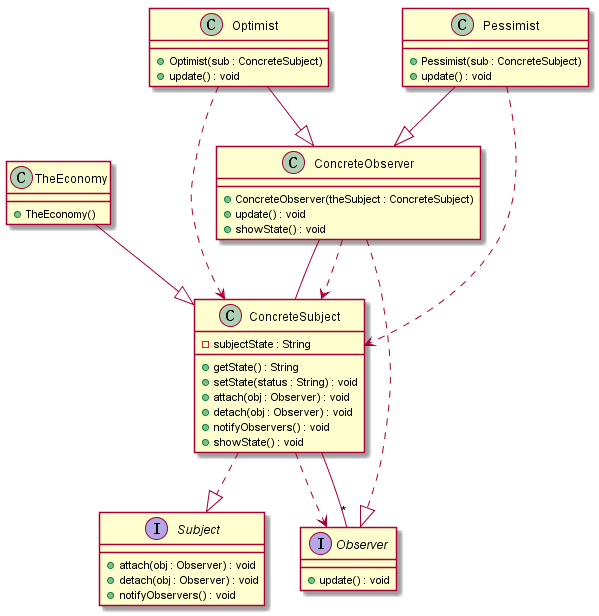
Above: uml4.png in SamJaylnn/UML-Parser (PlantUML), before the change. Its diagram source:
```plantuml
@startuml
class ConcreteObserver
ConcreteObserver : +ConcreteObserver(theSubject : ConcreteSubject)
ConcreteObserver : +update() : void
ConcreteObserver : +showState() : void
class ConcreteSubject
ConcreteSubject : -subjectState : String
ConcreteSubject : +getState() : String
ConcreteSubject : +setState(status : String) : void
ConcreteSubject : +attach(obj : Observer) : void
ConcreteSubject : +detach(obj : Observer) : void
ConcreteSubject : +notifyObservers() : void
ConcreteSubject : +showState() : void
interface Observer
Observer : +update() : void
class Optimist
Optimist : +Optimist(sub : ConcreteSubject)
Optimist : +update() : void
class Pessimist
Pessimist : +Pessimist(sub : ConcreteSubject)
Pessimist : +update() : void
interface Subject
Subject : +attach(obj : Observer) : void
Subject : +detach(obj : Observer) : void
Subject : +notifyObservers() : void
class TheEconomy
TheEconomy : +TheEconomy()
ConcreteObserver ..|> Observer
ConcreteSubject ..|> Subject
ConcreteSubject ..> Observer
Optimist --|> ConcreteObserver
Pessimist --|> ConcreteObserver
TheEconomy --|> ConcreteSubject
ConcreteSubject --"*" Observer
ConcreteObserver -- ConcreteSubject
ConcreteObserver ..> ConcreteSubject
Optimist ..> ConcreteSubject
Pessimist ..> ConcreteSubject

@enduml
```
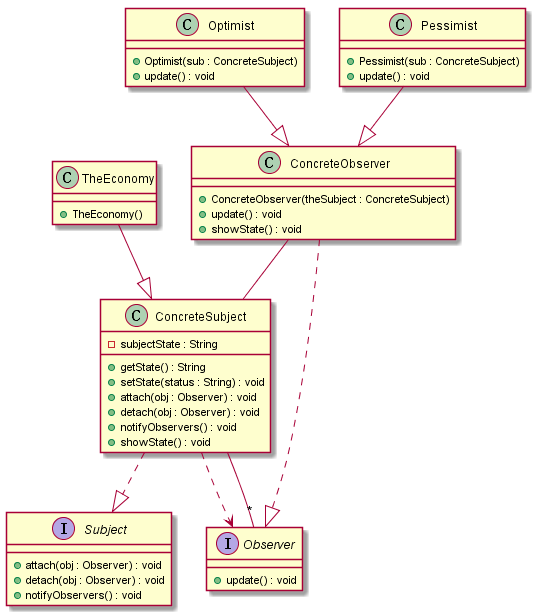
After the change.

Change to the diagram source:
```diff
@@ -33,8 +33,5 @@
 TheEconomy --|> ConcreteSubject
 ConcreteSubject --"*" Observer
 ConcreteObserver -- ConcreteSubject
-ConcreteObserver ..> ConcreteSubject
-Optimist ..> ConcreteSubject
-Pessimist ..> ConcreteSubject
 
 @enduml
```
